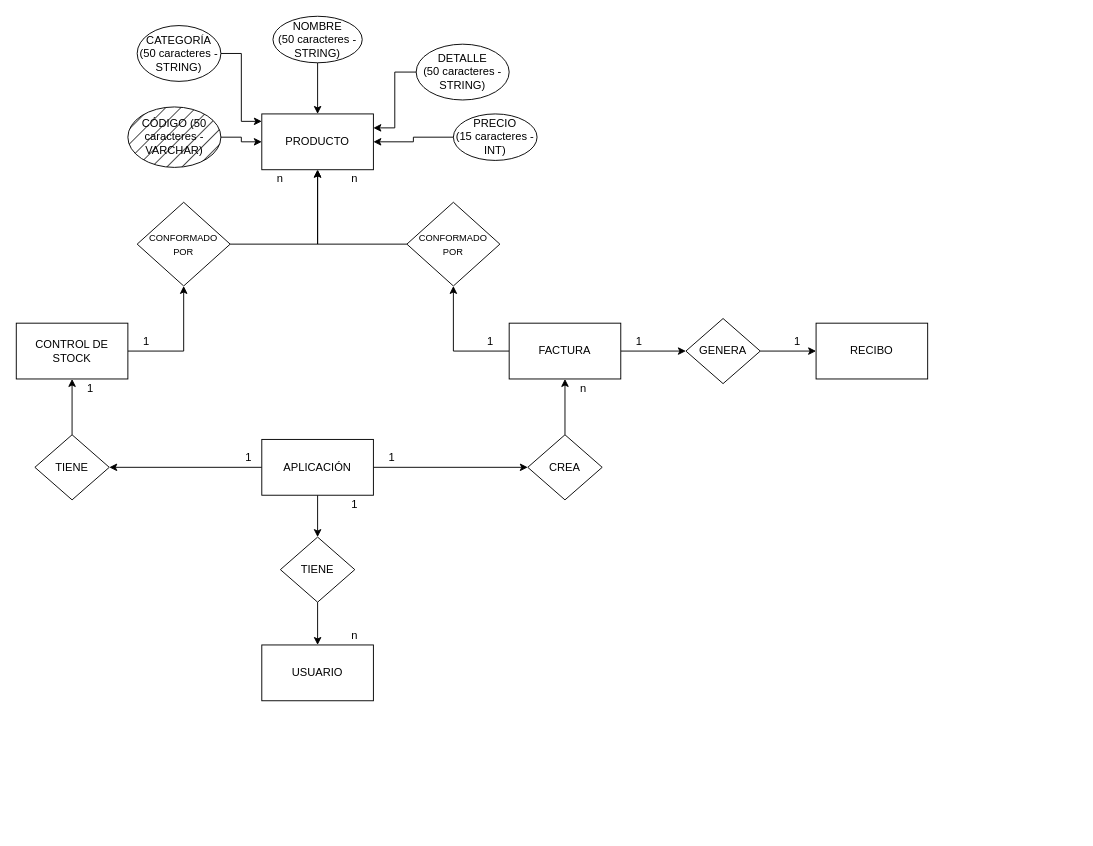
This is DOCUMENTACION/MER.drawio from LalitoPoin/PROYECTO-MATI-Y-SUS-MULAS, a draw.io file, before an edit. Source tidied: cells renumbered, new cells numbered last; positions are measured from the earlier drawing's top-left corner, leaving out a move shared by most shapes. Both pictures are drawn from the tidied source at 93%, with x=0, y=0 at pixel (16, 16).
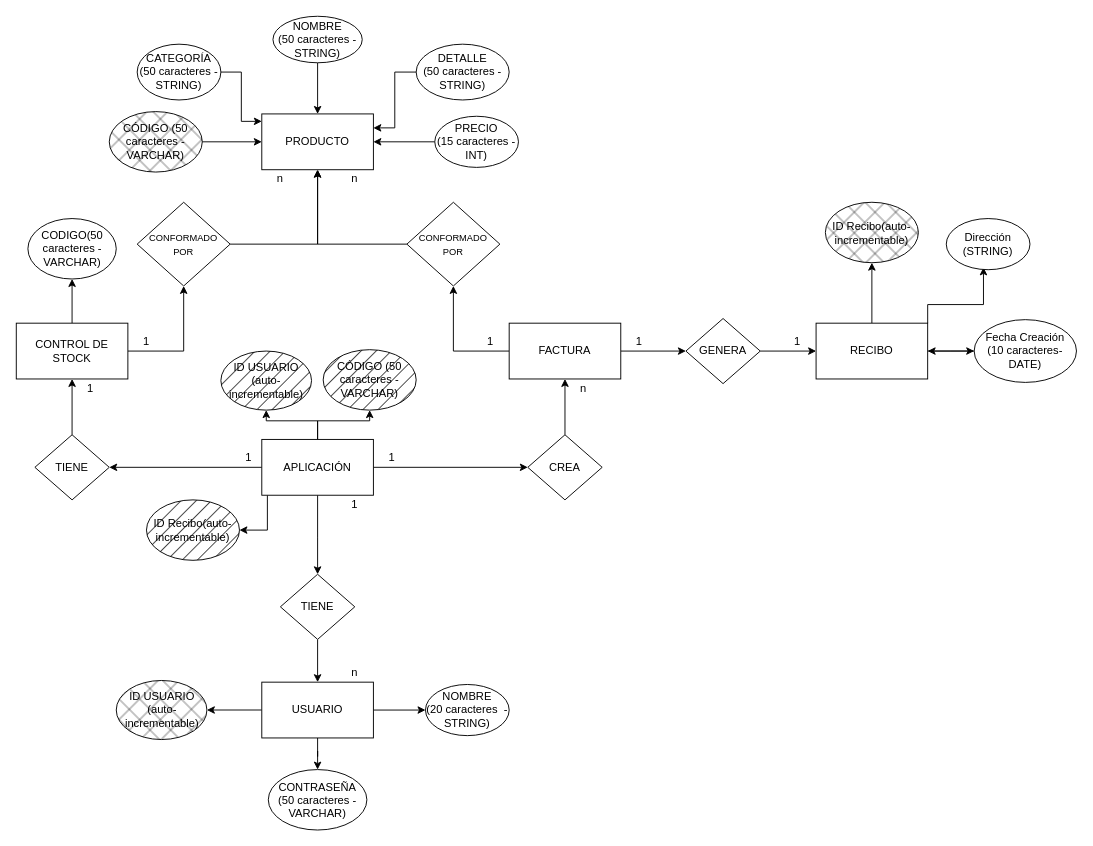
The same diagram, later.

Unchanged cells that the change refers to:
```xml
<mxCell id="16" value="APLICACIÓN" style="rounded=0;whiteSpace=wrap;html=1;" parent="1" vertex="1">
  <mxGeometry x="264" y="455" width="120" height="60" as="geometry" />
</mxCell>
<mxCell id="21" value="CONTROL DE STOCK" style="rounded=0;whiteSpace=wrap;html=1;" parent="1" vertex="1">
  <mxGeometry y="330" width="120" height="60" as="geometry" />
</mxCell>
<mxCell id="23" value="RECIBO" style="rounded=0;whiteSpace=wrap;html=1;" parent="1" vertex="1">
  <mxGeometry x="860" y="330" width="120" height="60" as="geometry" />
</mxCell>
```

Diff of the diagram source:
```diff
@@
-    <mxCell id="4" value="CÓDIGO (50 caracteres - VARCHAR)" style="ellipse;whiteSpace=wrap;html=1;fontSize=12;shadow=0;gradientColor=none;fillStyle=hatch;fillColor=#000000;" parent="1" vertex="1">
-      <mxGeometry x="120" y="97.5" width="100" height="65" as="geometry" />
+    <mxCell id="4" value="CÓDIGO (50 caracteres - VARCHAR)" style="ellipse;whiteSpace=wrap;html=1;fontSize=12;shadow=0;gradientColor=none;fillStyle=cross-hatch;fillColor=#000000;" parent="1" vertex="1">
+      <mxGeometry x="100" y="102.5" width="100" height="65" as="geometry" />
     </mxCell>
@@
     <mxCell id="8" value="CATEGORÍA (50 caracteres - STRING)" style="ellipse;whiteSpace=wrap;html=1;fontSize=12;" parent="1" vertex="1">
-      <mxGeometry x="130" y="10" width="90" height="60" as="geometry" />
+      <mxGeometry x="130" y="30" width="90" height="60" as="geometry" />
     </mxCell>
@@
     <mxCell id="12" value="PRECIO&lt;br&gt;(15 caracteres - INT)" style="ellipse;whiteSpace=wrap;html=1;fontSize=12;" parent="1" vertex="1">
-      <mxGeometry x="470" y="105" width="90" height="50" as="geometry" />
+      <mxGeometry x="450" y="107.5" width="90" height="55" as="geometry" />
     </mxCell>
     <mxCell id="13" style="edgeStyle=orthogonalEdgeStyle;rounded=0;jettySize=auto;html=1;" parent="1" edge="1" source="16" target="37">
-      <mxGeometry relative="1" as="geometry" />
+      <mxGeometry relative="1" as="geometry">
+        <Array as="points">
+          <mxPoint x="324" y="560" />
+          <mxPoint x="324" y="560" />
+        </Array>
+      </mxGeometry>
     </mxCell>
@@
+    <mxCell id="48" style="edgeStyle=orthogonalEdgeStyle;rounded=0;jettySize=auto;html=1;entryX=0.5;entryY=1;entryDx=0;entryDy=0;" parent="1" edge="1" source="16" target="66">
+      <mxGeometry relative="1" as="geometry" />
+    </mxCell>
+    <mxCell id="49" style="edgeStyle=orthogonalEdgeStyle;rounded=0;jettySize=auto;html=1;" parent="1" edge="1" source="16" target="67">
+      <mxGeometry relative="1" as="geometry" />
+    </mxCell>
+    <mxCell id="50" style="edgeStyle=orthogonalEdgeStyle;rounded=0;jettySize=auto;html=1;entryX=1;entryY=0.5;entryDx=0;entryDy=0;" parent="1" edge="1" source="16" target="68">
+      <mxGeometry relative="1" as="geometry">
+        <Array as="points">
+          <mxPoint x="270" y="553" />
+        </Array>
+      </mxGeometry>
+    </mxCell>
@@
+    <mxCell id="51" style="edgeStyle=orthogonalEdgeStyle;rounded=0;jettySize=auto;html=1;entryX=0.5;entryY=1;entryDx=0;entryDy=0;" parent="1" edge="1" source="21" target="62">
+      <mxGeometry relative="1" as="geometry" />
+    </mxCell>
@@
+    <mxCell id="52" style="edgeStyle=orthogonalEdgeStyle;rounded=0;jettySize=auto;html=1;entryX=1;entryY=0.5;entryDx=0;entryDy=0;" parent="1" edge="1" source="22" target="63">
+      <mxGeometry relative="1" as="geometry" />
+    </mxCell>
+    <mxCell id="53" style="edgeStyle=orthogonalEdgeStyle;rounded=0;jettySize=auto;html=1;entryX=0.5;entryY=0;entryDx=0;entryDy=0;" parent="1" edge="1" source="22" target="65">
+      <mxGeometry relative="1" as="geometry" />
+    </mxCell>
+    <mxCell id="54" style="edgeStyle=orthogonalEdgeStyle;rounded=0;jettySize=auto;html=1;entryX=0;entryY=0.5;entryDx=0;entryDy=0;" parent="1" edge="1" source="22" target="64">
+      <mxGeometry relative="1" as="geometry" />
+    </mxCell>
     <mxCell id="22" value="USUARIO" style="rounded=0;whiteSpace=wrap;html=1;" parent="1" vertex="1">
-      <mxGeometry x="264" y="676" width="120" height="60" as="geometry" />
+      <mxGeometry x="264" y="716" width="120" height="60" as="geometry" />
     </mxCell>
+    <mxCell id="55" style="edgeStyle=orthogonalEdgeStyle;rounded=0;jettySize=auto;html=1;entryX=0;entryY=0.5;entryDx=0;entryDy=0;" parent="1" edge="1" source="23" target="61">
+      <mxGeometry relative="1" as="geometry" />
+    </mxCell>
+    <mxCell id="56" style="edgeStyle=orthogonalEdgeStyle;rounded=0;jettySize=auto;html=1;entryX=0.5;entryY=1;entryDx=0;entryDy=0;" parent="1" edge="1" source="23" target="58">
+      <mxGeometry relative="1" as="geometry" />
+    </mxCell>
+    <mxCell id="57" style="edgeStyle=orthogonalEdgeStyle;rounded=0;jettySize=auto;html=1;" parent="1" edge="1" source="23">
+      <mxGeometry relative="1" as="geometry">
+        <mxPoint x="1040" y="270" as="targetPoint" />
+        <Array as="points">
+          <mxPoint x="980" y="310" />
+          <mxPoint x="1040" y="310" />
+        </Array>
+      </mxGeometry>
+    </mxCell>
@@
     <mxCell id="37" value="TIENE" style="rhombus;whiteSpace=wrap;html=1;verticalAlign=middle;" parent="1" vertex="1">
-      <mxGeometry x="284" y="560" width="80" height="70" as="geometry" />
+      <mxGeometry x="284" y="600" width="80" height="70" as="geometry" />
     </mxCell>
@@
     <mxCell id="39" value="n" style="text;html=1;strokeColor=none;fillColor=none;align=center;verticalAlign=middle;whiteSpace=wrap;rounded=0;" parent="1" vertex="1">
-      <mxGeometry x="344" y="656" width="40" height="20" as="geometry" />
+      <mxGeometry x="344" y="696" width="40" height="20" as="geometry" />
     </mxCell>
@@
+    <mxCell id="58" value="ID Recibo(auto-incrementable)" style="ellipse;whiteSpace=wrap;html=1;fontSize=12;fillStyle=cross-hatch;fillColor=#000000;" parent="1" vertex="1">
+      <mxGeometry x="870" y="200" width="100" height="65" as="geometry" />
+    </mxCell>
+    <mxCell id="59" value="&lt;div&gt;Dirección&lt;/div&gt;&lt;div&gt;(STRING)&lt;/div&gt;" style="ellipse;whiteSpace=wrap;html=1;fontSize=12;" parent="1" vertex="1">
+      <mxGeometry x="1000" y="217.5" width="90" height="55" as="geometry" />
+    </mxCell>
+    <mxCell id="60" style="edgeStyle=orthogonalEdgeStyle;rounded=0;jettySize=auto;html=1;" parent="1" edge="1" source="61" target="23">
+      <mxGeometry relative="1" as="geometry" />
+    </mxCell>
+    <mxCell id="61" value="&lt;div&gt;Fecha Creación&lt;br&gt;&lt;/div&gt;&lt;div&gt;(10 caracteres-DATE)&lt;/div&gt;" style="ellipse;whiteSpace=wrap;html=1;fontSize=12;" parent="1" vertex="1">
+      <mxGeometry x="1030" y="326.2" width="110" height="67.5" as="geometry" />
+    </mxCell>
+    <mxCell id="62" value="CODIGO(50 caracteres - VARCHAR)" style="ellipse;whiteSpace=wrap;html=1;fontSize=12;" parent="1" vertex="1">
+      <mxGeometry x="12.5" y="217.5" width="95" height="65" as="geometry" />
+    </mxCell>
+    <mxCell id="63" value="&lt;div&gt;ID USUARIO&lt;br&gt;&lt;/div&gt;&lt;div&gt;(auto-incrementable)&lt;/div&gt;" style="ellipse;whiteSpace=wrap;html=1;fontSize=12;fillColor=#000000;fillStyle=cross-hatch;" parent="1" vertex="1">
+      <mxGeometry x="107.5" y="714.2" width="97.5" height="63.5" as="geometry" />
+    </mxCell>
+    <mxCell id="64" value="&lt;div&gt;NOMBRE&lt;br&gt;&lt;/div&gt;&lt;div&gt;(20 caracteres&amp;nbsp; -STRING)&lt;/div&gt;" style="ellipse;whiteSpace=wrap;html=1;fontSize=12;" parent="1" vertex="1">
+      <mxGeometry x="440" y="718.5" width="90" height="55" as="geometry" />
+    </mxCell>
+    <mxCell id="65" value="&lt;div&gt;CONTRASEÑA&lt;br&gt;&lt;/div&gt;&lt;div&gt;(50 caracteres - VARCHAR)&lt;/div&gt;" style="ellipse;whiteSpace=wrap;html=1;fontSize=12;" parent="1" vertex="1">
+      <mxGeometry x="271" y="810" width="106" height="65" as="geometry" />
+    </mxCell>
+    <mxCell id="66" value="&lt;div&gt;ID USUARIO&lt;br&gt;&lt;/div&gt;&lt;div&gt;(auto-incrementable)&lt;/div&gt;" style="ellipse;whiteSpace=wrap;html=1;fontSize=12;fillColor=#000000;fillStyle=hatch;" parent="1" vertex="1">
+      <mxGeometry x="220" y="360" width="97.5" height="63.5" as="geometry" />
+    </mxCell>
+    <mxCell id="67" value="CÓDIGO (50 caracteres - VARCHAR)" style="ellipse;whiteSpace=wrap;html=1;fontSize=12;shadow=0;gradientColor=none;fillStyle=hatch;fillColor=#000000;" parent="1" vertex="1">
+      <mxGeometry x="330" y="358.5" width="100" height="65" as="geometry" />
+    </mxCell>
+    <mxCell id="68" value="ID Recibo(auto-incrementable)" style="ellipse;whiteSpace=wrap;html=1;fontSize=12;fillStyle=hatch;fillColor=#000000;" parent="1" vertex="1">
+      <mxGeometry x="140" y="520" width="100" height="65" as="geometry" />
+    </mxCell>
```
